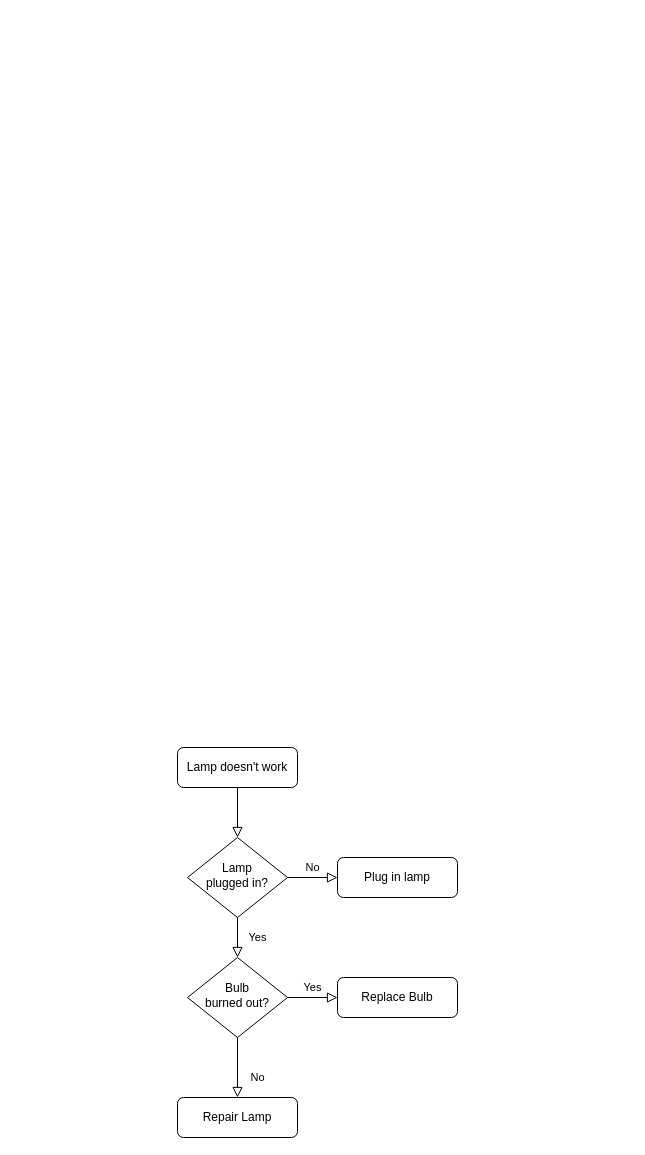
The draw.io diagram Untitled Diagram.drawio in guoZD/draw, before the edit. Source tidied: cells renumbered, new cells numbered last; positions are measured from the earlier drawing's top-left corner, leaving out a move shared by most shapes. Both pictures are drawn from the tidied source at 100%, with x=0, y=0 at pixel (177, 747).
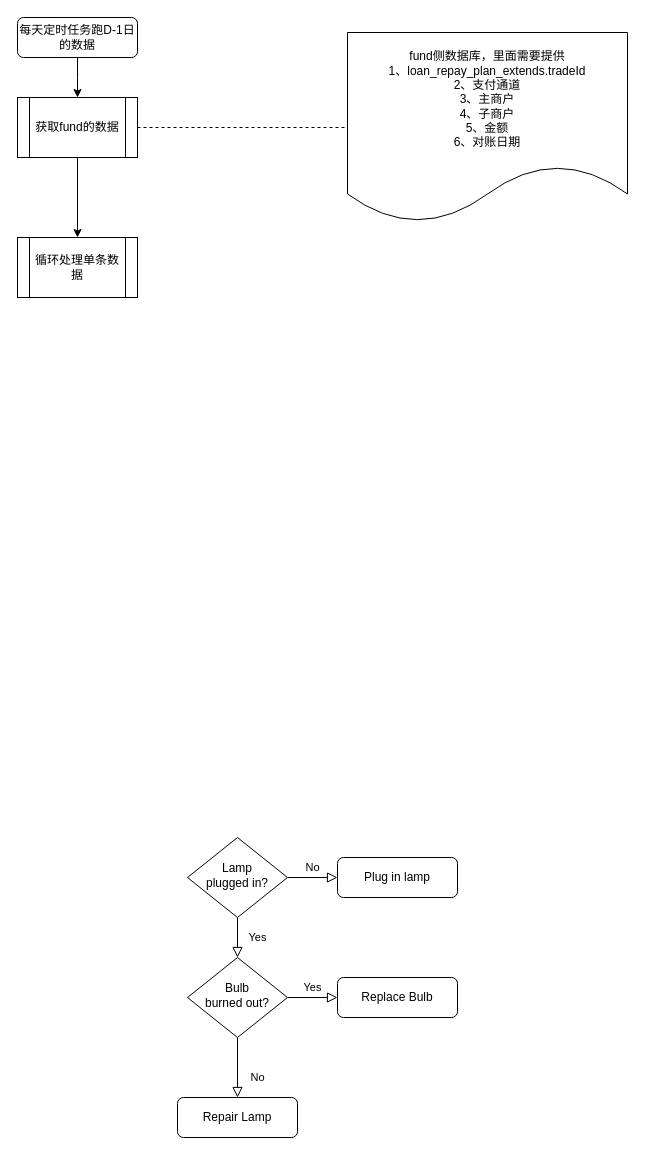
After the change.

The edit, as a diff of the source:
```diff
@@
 <mxGraphModel>
   <root>
     <mxCell id="0" />
     <mxCell id="1" parent="0" />
-    <mxCell id="2" style="rounded=0;html=1;jettySize=auto;fontSize=11;endArrow=block;endFill=0;endSize=8;strokeWidth=1;shadow=0;labelBackgroundColor=none;edgeStyle=orthogonalEdgeStyle;" parent="1" edge="1" source="3" target="6">
-      <mxGeometry relative="1" as="geometry" />
-    </mxCell>
+    <mxCell id="13" style="edgeStyle=orthogonalEdgeStyle;rounded=0;jettySize=auto;html=1;" parent="1" edge="1" source="3">
+      <mxGeometry relative="1" as="geometry">
+        <mxPoint x="-100" y="-650" as="targetPoint" />
+      </mxGeometry>
+    </mxCell>
-    <mxCell id="3" value="Lamp doesn't work" style="rounded=1;whiteSpace=wrap;html=1;fontSize=12;glass=0;strokeWidth=1;shadow=0;" parent="1" vertex="1">
-      <mxGeometry width="120" height="40" as="geometry" />
+    <mxCell id="3" value="每天定时任务跑D-1日的数据" style="rounded=1;whiteSpace=wrap;html=1;fontSize=12;glass=0;strokeWidth=1;shadow=0;" parent="1" vertex="1">
+      <mxGeometry x="-160" y="-730" width="120" height="40" as="geometry" />
     </mxCell>
     <mxCell id="4" value="Yes" style="rounded=0;html=1;jettySize=auto;fontSize=11;endArrow=block;endFill=0;endSize=8;strokeWidth=1;shadow=0;labelBackgroundColor=none;edgeStyle=orthogonalEdgeStyle;" parent="1" edge="1" source="6" target="10">
       <mxGeometry y="20" relative="1" as="geometry" />
     </mxCell>
     <mxCell id="5" value="No" style="edgeStyle=orthogonalEdgeStyle;rounded=0;html=1;jettySize=auto;fontSize=11;endArrow=block;endFill=0;endSize=8;strokeWidth=1;shadow=0;labelBackgroundColor=none;" parent="1" edge="1" source="6" target="7">
       <mxGeometry y="10" relative="1" as="geometry" />
     </mxCell>
     <mxCell id="6" value="Lamp&lt;br&gt;plugged in?" style="rhombus;whiteSpace=wrap;html=1;shadow=0;fontFamily=Helvetica;fontSize=12;align=center;strokeWidth=1;spacing=6;spacingTop=-4;" parent="1" vertex="1">
       <mxGeometry x="10" y="90" width="100" height="80" as="geometry" />
     </mxCell>
     <mxCell id="7" value="Plug in lamp" style="rounded=1;whiteSpace=wrap;html=1;fontSize=12;glass=0;strokeWidth=1;shadow=0;" parent="1" vertex="1">
       <mxGeometry x="160" y="110" width="120" height="40" as="geometry" />
     </mxCell>
     <mxCell id="8" value="No" style="rounded=0;html=1;jettySize=auto;fontSize=11;endArrow=block;endFill=0;endSize=8;strokeWidth=1;shadow=0;labelBackgroundColor=none;edgeStyle=orthogonalEdgeStyle;" parent="1" edge="1" source="10" target="11">
       <mxGeometry x="0.33" y="20" relative="1" as="geometry" />
     </mxCell>
     <mxCell id="9" value="Yes" style="edgeStyle=orthogonalEdgeStyle;rounded=0;html=1;jettySize=auto;fontSize=11;endArrow=block;endFill=0;endSize=8;strokeWidth=1;shadow=0;labelBackgroundColor=none;" parent="1" edge="1" source="10" target="12">
       <mxGeometry y="10" relative="1" as="geometry" />
     </mxCell>
     <mxCell id="10" value="Bulb&lt;br&gt;burned out?" style="rhombus;whiteSpace=wrap;html=1;shadow=0;fontFamily=Helvetica;fontSize=12;align=center;strokeWidth=1;spacing=6;spacingTop=-4;" parent="1" vertex="1">
       <mxGeometry x="10" y="210" width="100" height="80" as="geometry" />
     </mxCell>
     <mxCell id="11" value="Repair Lamp" style="rounded=1;whiteSpace=wrap;html=1;fontSize=12;glass=0;strokeWidth=1;shadow=0;" parent="1" vertex="1">
       <mxGeometry y="350" width="120" height="40" as="geometry" />
     </mxCell>
     <mxCell id="12" value="Replace Bulb" style="rounded=1;whiteSpace=wrap;html=1;fontSize=12;glass=0;strokeWidth=1;shadow=0;" parent="1" vertex="1">
       <mxGeometry x="160" y="230" width="120" height="40" as="geometry" />
     </mxCell>
+    <mxCell id="14" style="edgeStyle=orthogonalEdgeStyle;rounded=0;jettySize=auto;html=1;" parent="1" edge="1" source="15" target="16">
+      <mxGeometry relative="1" as="geometry" />
+    </mxCell>
+    <mxCell id="15" value="获取fund的数据" style="shape=process;whiteSpace=wrap;html=1;backgroundOutline=1;" parent="1" vertex="1">
+      <mxGeometry x="-160" y="-650" width="120" height="60" as="geometry" />
+    </mxCell>
+    <mxCell id="16" value="循环处理单条数据" style="shape=process;whiteSpace=wrap;html=1;backgroundOutline=1;" parent="1" vertex="1">
+      <mxGeometry x="-160" y="-510" width="120" height="60" as="geometry" />
+    </mxCell>
+    <mxCell id="17" value="fund侧数据库，里面需要提供&lt;br&gt;1、loan_repay_plan_extends.tradeId&lt;br&gt;2、支付通道&lt;br&gt;3、主商户&lt;br&gt;4、子商户&lt;br&gt;5、金额&lt;br&gt;6、对账日期" style="shape=document;whiteSpace=wrap;html=1;boundedLbl=1;" parent="1" vertex="1">
+      <mxGeometry x="170" y="-715" width="280" height="190" as="geometry" />
+    </mxCell>
+    <mxCell id="18" style="endArrow=none;dashed=1;html=1;entryX=0;entryY=0.5;entryDx=0;entryDy=0;exitX=1;exitY=0.5;exitDx=0;exitDy=0;" parent="1" edge="1" source="15" target="17">
+      <mxGeometry relative="1" as="geometry" />
+    </mxCell>
   </root>
 </mxGraphModel>
```
